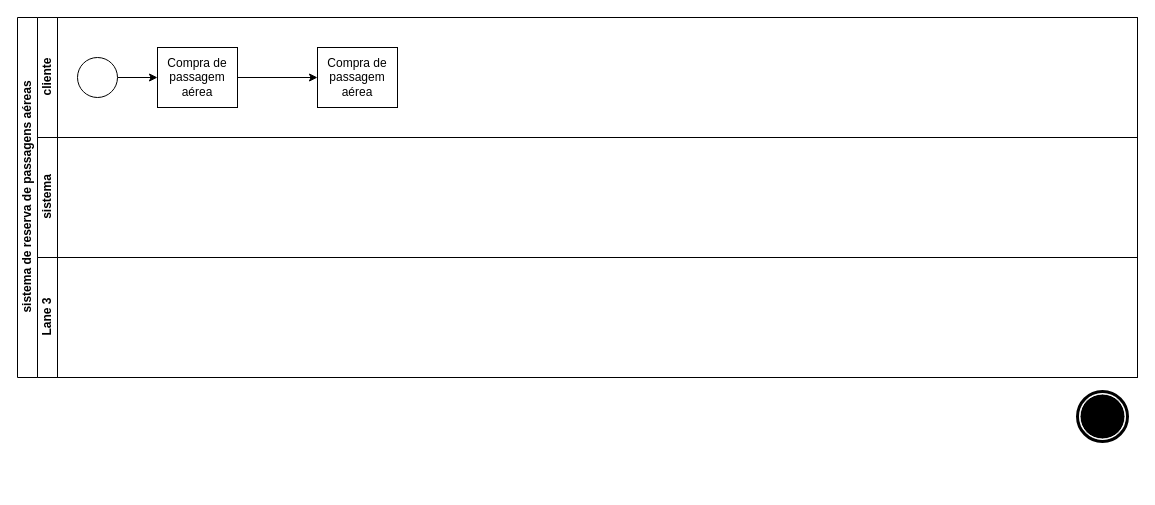
The draw.io diagram ProjetoInterdisciplinar.drawio in rebeccajanuario/DiagramaBPMNProjetoInterdisciplinar, before the edit. Source tidied: cells renumbered, new cells numbered last; positions are measured from the earlier drawing's top-left corner, leaving out a move shared by most shapes. Both pictures are drawn from the tidied source at 100%, with x=0, y=0 at pixel (17, 17).
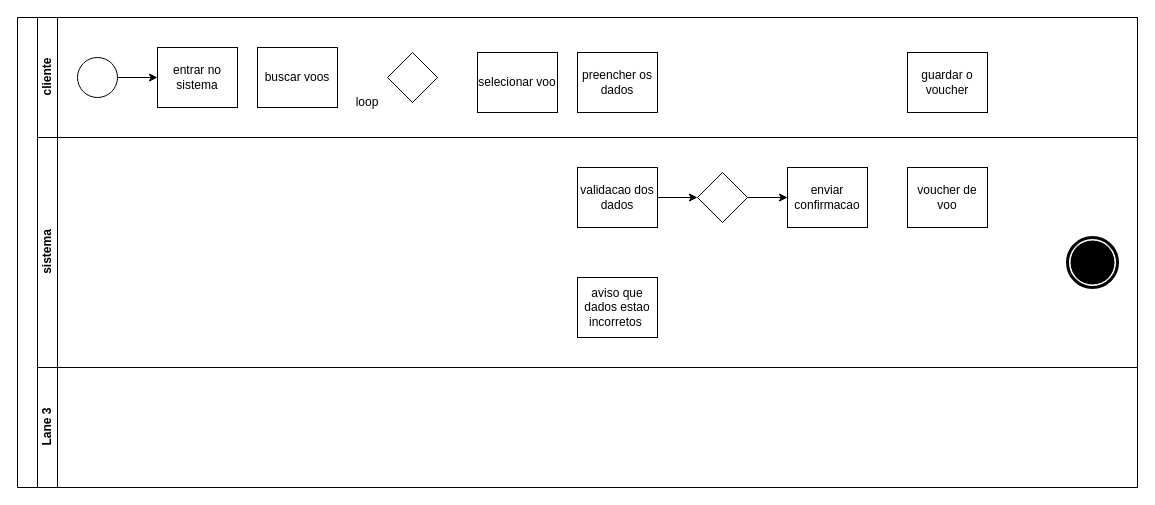
Above is the later version.

The change refers to these unchanged cells:
```xml
<mxCell id="3" value="cliente&lt;br&gt;" style="swimlane;html=1;startSize=20;horizontal=0;" parent="2" vertex="1">
  <mxGeometry x="20" width="1100" height="120" as="geometry" />
</mxCell>
```

The edit, as a diff of the source:
```diff
@@
-    <mxCell id="2" value="sistema de reserva de passagens aéreas" style="swimlane;html=1;horizontal=0;startSize=20;" parent="1" vertex="1">
-      <mxGeometry width="1120" height="360" as="geometry" />
+    <mxCell id="2" style="swimlane;html=1;horizontal=0;startSize=20;" parent="1" vertex="1">
+      <mxGeometry width="1120" height="470" as="geometry" />
     </mxCell>
@@
-    <mxCell id="6" style="edgeStyle=orthogonalEdgeStyle;rounded=0;jettySize=auto;html=1;" parent="3" edge="1" source="7" target="8">
-      <mxGeometry relative="1" as="geometry" />
-    </mxCell>
-    <mxCell id="7" value="Compra de passagem aérea" style="rounded=0;whiteSpace=wrap;html=1;fontFamily=Helvetica;fontSize=12;fontColor=#000000;align=center;" parent="3" vertex="1">
+    <mxCell id="7" value="entrar no sistema" style="rounded=0;whiteSpace=wrap;html=1;fontFamily=Helvetica;fontSize=12;fontColor=#000000;align=center;" parent="3" vertex="1">
       <mxGeometry x="120" y="30" width="80" height="60" as="geometry" />
     </mxCell>
-    <mxCell id="8" value="Compra de passagem aérea" style="rounded=0;whiteSpace=wrap;html=1;fontFamily=Helvetica;fontSize=12;fontColor=#000000;align=center;" parent="3" vertex="1">
-      <mxGeometry x="280" y="30" width="80" height="60" as="geometry" />
-    </mxCell>
+    <mxCell id="12" value="buscar voos" style="rounded=0;whiteSpace=wrap;html=1;fontFamily=Helvetica;fontSize=12;fontColor=#000000;align=center;" parent="3" vertex="1">
+      <mxGeometry x="220" y="30" width="80" height="60" as="geometry" />
+    </mxCell>
+    <mxCell id="13" style="rhombus;whiteSpace=wrap;html=1;" parent="3" vertex="1">
+      <mxGeometry x="350" y="35" width="50" height="50" as="geometry" />
+    </mxCell>
+    <mxCell id="14" value="loop" style="text;html=1;strokeColor=none;fillColor=none;align=center;verticalAlign=middle;whiteSpace=wrap;rounded=0;" parent="3" vertex="1">
+      <mxGeometry x="300" y="70" width="60" height="30" as="geometry" />
+    </mxCell>
+    <mxCell id="15" value="selecionar voo" style="rounded=0;whiteSpace=wrap;html=1;fontFamily=Helvetica;fontSize=12;fontColor=#000000;align=center;" parent="3" vertex="1">
+      <mxGeometry x="440" y="35" width="80" height="60" as="geometry" />
+    </mxCell>
+    <mxCell id="16" value="preencher os dados" style="rounded=0;whiteSpace=wrap;html=1;fontFamily=Helvetica;fontSize=12;fontColor=#000000;align=center;" parent="3" vertex="1">
+      <mxGeometry x="540" y="35" width="80" height="60" as="geometry" />
+    </mxCell>
+    <mxCell id="17" value="guardar o voucher" style="rounded=0;whiteSpace=wrap;html=1;fontFamily=Helvetica;fontSize=12;fontColor=#000000;align=center;" parent="3" vertex="1">
+      <mxGeometry x="870" y="35" width="80" height="60" as="geometry" />
+    </mxCell>
     <mxCell id="9" value="sistema&lt;br&gt;" style="swimlane;html=1;startSize=20;horizontal=0;" parent="2" vertex="1">
-      <mxGeometry x="20" y="120" width="1100" height="120" as="geometry" />
+      <mxGeometry x="20" y="120" width="1100" height="230" as="geometry" />
     </mxCell>
+    <mxCell id="18" style="edgeStyle=orthogonalEdgeStyle;rounded=0;jettySize=auto;html=1;" parent="9" edge="1" source="19" target="22">
+      <mxGeometry relative="1" as="geometry" />
+    </mxCell>
+    <mxCell id="19" value="validacao dos dados" style="rounded=0;whiteSpace=wrap;html=1;fontFamily=Helvetica;fontSize=12;fontColor=#000000;align=center;" parent="9" vertex="1">
+      <mxGeometry x="540" y="30" width="80" height="60" as="geometry" />
+    </mxCell>
+    <mxCell id="20" value="enviar confirmacao" style="rounded=0;whiteSpace=wrap;html=1;fontFamily=Helvetica;fontSize=12;fontColor=#000000;align=center;" parent="9" vertex="1">
+      <mxGeometry x="750" y="30" width="80" height="60" as="geometry" />
+    </mxCell>
+    <mxCell id="21" style="edgeStyle=orthogonalEdgeStyle;rounded=0;jettySize=auto;html=1;entryX=0;entryY=0.5;entryDx=0;entryDy=0;" parent="9" edge="1" source="22" target="20">
+      <mxGeometry relative="1" as="geometry" />
+    </mxCell>
+    <mxCell id="22" style="rhombus;whiteSpace=wrap;html=1;" parent="9" vertex="1">
+      <mxGeometry x="660" y="35" width="50" height="50" as="geometry" />
+    </mxCell>
+    <mxCell id="23" value="aviso que dados estao incorretos&amp;nbsp;" style="rounded=0;whiteSpace=wrap;html=1;fontFamily=Helvetica;fontSize=12;fontColor=#000000;align=center;" parent="9" vertex="1">
+      <mxGeometry x="540" y="140" width="80" height="60" as="geometry" />
+    </mxCell>
+    <mxCell id="24" value="voucher de voo" style="rounded=0;whiteSpace=wrap;html=1;fontFamily=Helvetica;fontSize=12;fontColor=#000000;align=center;" parent="9" vertex="1">
+      <mxGeometry x="870" y="30" width="80" height="60" as="geometry" />
+    </mxCell>
+    <mxCell id="11" style="shape=mxgraph.bpmn.event;html=1;verticalLabelPosition=bottom;labelBackgroundColor=#ffffff;verticalAlign=top;align=center;perimeter=ellipsePerimeter;outline=end;symbol=terminate;" parent="9" vertex="1">
+      <mxGeometry x="1030" y="100" width="50" height="50" as="geometry" />
+    </mxCell>
     <mxCell id="10" value="Lane 3" style="swimlane;html=1;startSize=20;horizontal=0;" parent="2" vertex="1">
-      <mxGeometry x="20" y="240" width="1100" height="120" as="geometry" />
+      <mxGeometry x="20" y="350" width="1100" height="120" as="geometry" />
     </mxCell>
-    <mxCell id="11" style="shape=mxgraph.bpmn.event;html=1;verticalLabelPosition=bottom;labelBackgroundColor=#ffffff;verticalAlign=top;align=center;perimeter=ellipsePerimeter;outline=end;symbol=terminate;" parent="1" vertex="1">
-      <mxGeometry x="1060" y="374" width="50" height="50" as="geometry" />
-    </mxCell>
```
